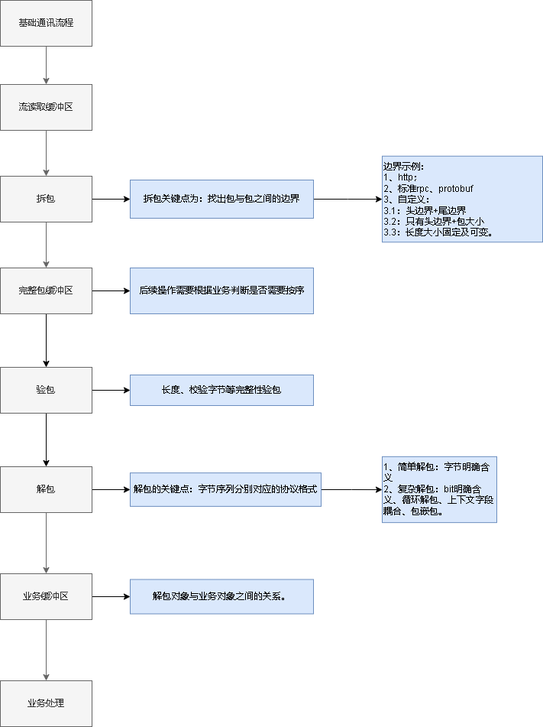
This is cgo8_通讯设计.drawio.png from xktder/draw, a draw.io export, as it was before one commit. Source tidied: cells renumbered, new cells last; positions are measured from the earlier drawing's top-left corner, leaving out a move shared by most shapes.
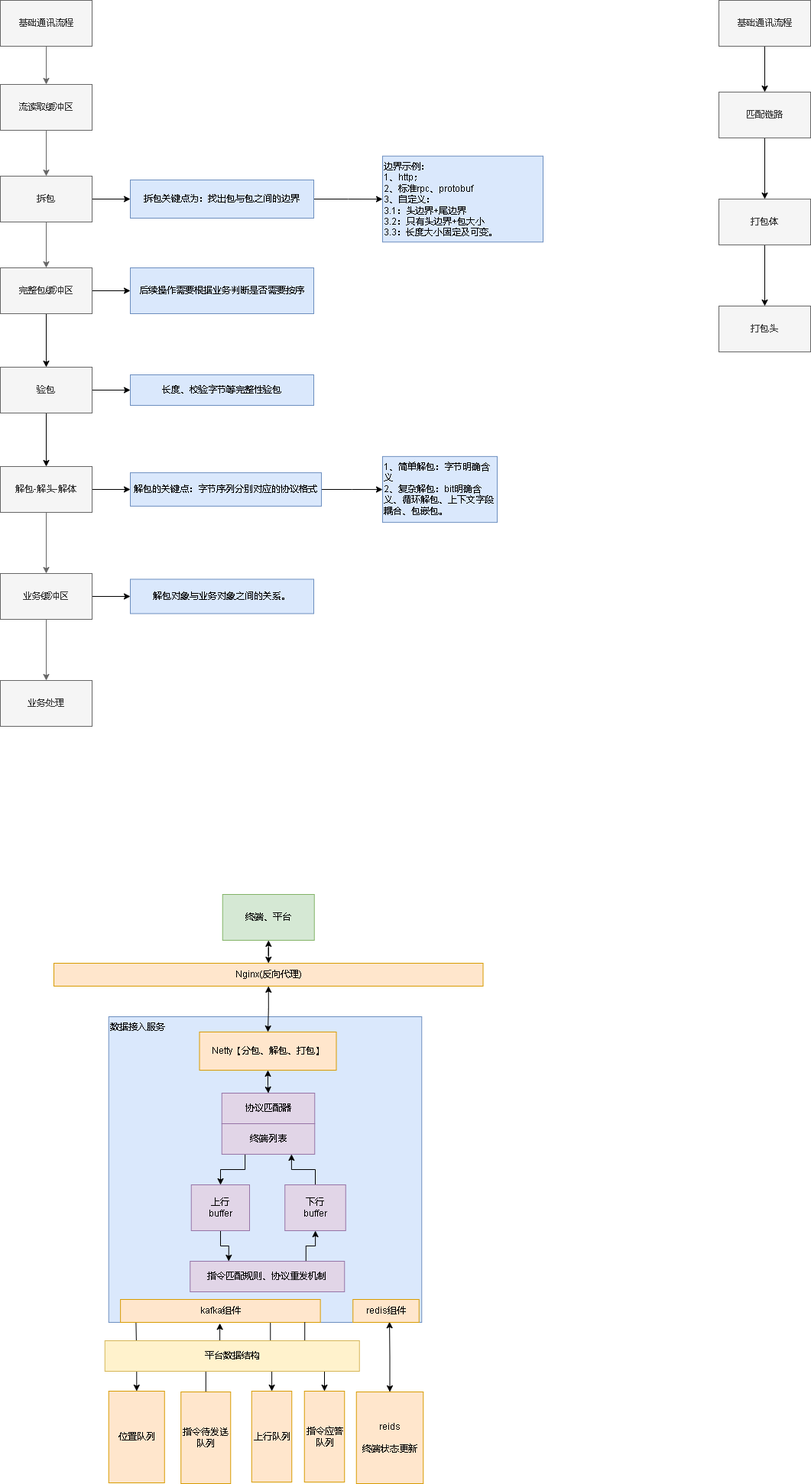
The same file after the commit.

Commit message:
更新cgo8_通讯设计.drawio.png

What changed in the source:
```diff
@@ -38,7 +38,7 @@
     <mxCell id="13" style="edgeStyle=orthogonalEdgeStyle;rounded=0;jettySize=auto;html=1;" parent="1" edge="1" source="14" target="22">
       <mxGeometry relative="1" as="geometry" />
     </mxCell>
-    <mxCell id="14" value="解包" style="whiteSpace=wrap;html=1;rounded=0;fillColor=#f5f5f5;fontColor=#333333;strokeColor=#666666;" parent="1" vertex="1">
+    <mxCell id="14" value="解包-解头-解体" style="whiteSpace=wrap;html=1;rounded=0;fillColor=#f5f5f5;fontColor=#333333;strokeColor=#666666;" parent="1" vertex="1">
       <mxGeometry y="610" width="120" height="60" as="geometry" />
     </mxCell>
     <mxCell id="15" style="edgeStyle=orthogonalEdgeStyle;rounded=0;jettySize=auto;html=1;" parent="1" edge="1" source="16" target="23">
@@ -89,5 +89,113 @@
     <mxCell id="30" value="后续操作需要根据业务判断是否需要按序" style="whiteSpace=wrap;html=1;rounded=0;fillColor=#dae8fc;strokeColor=#6c8ebf;" parent="1" vertex="1">
       <mxGeometry x="170" y="350" width="240" height="60" as="geometry" />
     </mxCell>
+    <mxCell id="31" value="数据接入服务" style="rounded=0;whiteSpace=wrap;html=1;verticalAlign=top;align=left;fillColor=#dae8fc;strokeColor=#6c8ebf;" parent="1" vertex="1">
+      <mxGeometry x="141.8" y="1330" width="409.5" height="400" as="geometry" />
+    </mxCell>
+    <mxCell id="32" style="edgeStyle=orthogonalEdgeStyle;rounded=0;jettySize=auto;html=1;entryX=0.5;entryY=0;entryDx=0;entryDy=0;startArrow=classic;startFill=1;" parent="1" edge="1" source="33" target="35">
+      <mxGeometry relative="1" as="geometry" />
+    </mxCell>
+    <mxCell id="33" value="终端、平台" style="rounded=0;whiteSpace=wrap;html=1;fillColor=#d5e8d4;strokeColor=#82b366;" parent="1" vertex="1">
+      <mxGeometry x="290.8" y="1170" width="120" height="60" as="geometry" />
+    </mxCell>
+    <mxCell id="34" style="edgeStyle=orthogonalEdgeStyle;rounded=0;jettySize=auto;html=1;exitX=0.5;exitY=1;exitDx=0;exitDy=0;entryX=0.5;entryY=0;entryDx=0;entryDy=0;startArrow=classic;startFill=1;" parent="1" edge="1" source="35" target="37">
+      <mxGeometry relative="1" as="geometry" />
+    </mxCell>
+    <mxCell id="35" value="Nginx(反向代理)" style="rounded=0;whiteSpace=wrap;html=1;fillColor=#ffe6cc;strokeColor=#d79b00;" parent="1" vertex="1">
+      <mxGeometry x="70" y="1260" width="561.5" height="30" as="geometry" />
+    </mxCell>
+    <mxCell id="36" style="edgeStyle=orthogonalEdgeStyle;rounded=0;jettySize=auto;html=1;startArrow=classic;startFill=1;" parent="1" edge="1" source="37" target="39">
+      <mxGeometry relative="1" as="geometry" />
+    </mxCell>
+    <mxCell id="37" value="Netty【分包、解包、打包】" style="rounded=0;whiteSpace=wrap;html=1;fillColor=#ffe6cc;strokeColor=#d79b00;" parent="1" vertex="1">
+      <mxGeometry x="260.5" y="1350" width="179" height="50" as="geometry" />
+    </mxCell>
+    <mxCell id="38" style="edgeStyle=orthogonalEdgeStyle;rounded=0;jettySize=auto;html=1;startArrow=none;startFill=0;exitX=0.25;exitY=1;exitDx=0;exitDy=0;" parent="1" edge="1" source="46" target="41">
+      <mxGeometry relative="1" as="geometry" />
+    </mxCell>
+    <mxCell id="39" value="协议匹配器" style="whiteSpace=wrap;html=1;rounded=0;fillColor=#e1d5e7;strokeColor=#9673a6;" parent="1" vertex="1">
+      <mxGeometry x="289.8" y="1430" width="121.5" height="40" as="geometry" />
+    </mxCell>
+    <mxCell id="40" style="edgeStyle=orthogonalEdgeStyle;rounded=0;jettySize=auto;html=1;entryX=0.25;entryY=0;entryDx=0;entryDy=0;startArrow=none;startFill=0;endArrow=classic;endFill=1;" parent="1" edge="1" source="41" target="45">
+      <mxGeometry relative="1" as="geometry" />
+    </mxCell>
+    <mxCell id="41" value="上行&lt;br&gt;buffer" style="whiteSpace=wrap;html=1;rounded=0;fillColor=#e1d5e7;strokeColor=#9673a6;" parent="1" vertex="1">
+      <mxGeometry x="249.8" y="1550" width="76.2" height="60" as="geometry" />
+    </mxCell>
+    <mxCell id="42" style="edgeStyle=orthogonalEdgeStyle;rounded=0;jettySize=auto;html=1;exitX=0.5;exitY=0;exitDx=0;exitDy=0;entryX=0.75;entryY=1;entryDx=0;entryDy=0;startArrow=none;startFill=0;" parent="1" edge="1" source="44" target="46">
+      <mxGeometry relative="1" as="geometry" />
+    </mxCell>
+    <mxCell id="43" style="edgeStyle=orthogonalEdgeStyle;rounded=0;jettySize=auto;html=1;entryX=0.75;entryY=0;entryDx=0;entryDy=0;startArrow=classic;startFill=1;endArrow=none;endFill=0;" parent="1" edge="1" source="44" target="45">
+      <mxGeometry relative="1" as="geometry" />
+    </mxCell>
+    <mxCell id="44" value="下行&lt;br&gt;buffer" style="whiteSpace=wrap;html=1;rounded=0;fillColor=#e1d5e7;strokeColor=#9673a6;" parent="1" vertex="1">
+      <mxGeometry x="372.2" y="1550" width="79.5" height="60" as="geometry" />
+    </mxCell>
+    <mxCell id="45" value="指令匹配规则、协议重发机制" style="rounded=0;whiteSpace=wrap;html=1;fillColor=#e1d5e7;strokeColor=#9673a6;" parent="1" vertex="1">
+      <mxGeometry x="248.2" y="1650" width="202" height="40" as="geometry" />
+    </mxCell>
+    <mxCell id="46" value="终端列表" style="whiteSpace=wrap;html=1;rounded=0;fillColor=#e1d5e7;strokeColor=#9673a6;" parent="1" vertex="1">
+      <mxGeometry x="289.8" y="1470" width="121.5" height="40" as="geometry" />
+    </mxCell>
+    <mxCell id="47" style="edgeStyle=orthogonalEdgeStyle;rounded=0;jettySize=auto;html=1;entryX=0.087;entryY=0.998;entryDx=0;entryDy=0;entryPerimeter=0;startArrow=classic;startFill=1;endArrow=none;endFill=0;" parent="1" edge="1" source="48" target="31">
+      <mxGeometry relative="1" as="geometry" />
+    </mxCell>
+    <mxCell id="48" value="位置队列" style="rounded=0;whiteSpace=wrap;html=1;fillColor=#ffe6cc;strokeColor=#d79b00;" parent="1" vertex="1">
+      <mxGeometry x="141.8" y="1820" width="73" height="120" as="geometry" />
+    </mxCell>
+    <mxCell id="49" style="edgeStyle=orthogonalEdgeStyle;rounded=0;jettySize=auto;html=1;entryX=0.355;entryY=1.003;entryDx=0;entryDy=0;entryPerimeter=0;startArrow=none;startFill=0;endArrow=classic;endFill=1;" parent="1" edge="1" source="50" target="31">
+      <mxGeometry relative="1" as="geometry" />
+    </mxCell>
+    <mxCell id="50" value="指令待发送队列" style="rounded=0;whiteSpace=wrap;html=1;fillColor=#ffe6cc;strokeColor=#d79b00;" parent="1" vertex="1">
+      <mxGeometry x="236.2" y="1821" width="65" height="120" as="geometry" />
+    </mxCell>
+    <mxCell id="51" style="edgeStyle=orthogonalEdgeStyle;rounded=0;jettySize=auto;html=1;entryX=0.75;entryY=1;entryDx=0;entryDy=0;startArrow=classic;startFill=1;endArrow=none;endFill=0;" parent="1" edge="1" source="52" target="55">
+      <mxGeometry relative="1" as="geometry" />
+    </mxCell>
+    <mxCell id="52" value="上行队列" style="rounded=0;whiteSpace=wrap;html=1;fillColor=#ffe6cc;strokeColor=#d79b00;" parent="1" vertex="1">
+      <mxGeometry x="328.8" y="1820" width="52.5" height="119" as="geometry" />
+    </mxCell>
+    <mxCell id="53" style="edgeStyle=orthogonalEdgeStyle;rounded=0;jettySize=auto;html=1;exitX=0.5;exitY=0;exitDx=0;exitDy=0;entryX=0.897;entryY=0.998;entryDx=0;entryDy=0;entryPerimeter=0;startArrow=classic;startFill=1;endArrow=classic;endFill=1;" parent="1" edge="1" source="54" target="31">
+      <mxGeometry relative="1" as="geometry" />
+    </mxCell>
+    <mxCell id="54" value="reids&lt;br&gt;&lt;br&gt;终端状态更新" style="rounded=0;whiteSpace=wrap;html=1;fillColor=#ffe6cc;strokeColor=#d79b00;" parent="1" vertex="1">
+      <mxGeometry x="465.8" y="1821" width="87.5" height="120" as="geometry" />
+    </mxCell>
+    <mxCell id="55" value="kafka组件" style="rounded=0;whiteSpace=wrap;html=1;fillColor=#ffe6cc;strokeColor=#d79b00;" parent="1" vertex="1">
+      <mxGeometry x="157.1" y="1700" width="261.5" height="30" as="geometry" />
+    </mxCell>
+    <mxCell id="56" value="redis组件" style="rounded=0;whiteSpace=wrap;html=1;fillColor=#ffe6cc;strokeColor=#d79b00;" parent="1" vertex="1">
+      <mxGeometry x="461.2" y="1700" width="86.5" height="30" as="geometry" />
+    </mxCell>
+    <mxCell id="57" style="edgeStyle=orthogonalEdgeStyle;rounded=0;jettySize=auto;html=1;exitX=0.5;exitY=0;exitDx=0;exitDy=0;entryX=0.922;entryY=0.995;entryDx=0;entryDy=0;entryPerimeter=0;startArrow=classic;startFill=1;endArrow=none;endFill=0;" parent="1" edge="1" source="58" target="55">
+      <mxGeometry relative="1" as="geometry" />
+    </mxCell>
+    <mxCell id="58" value="指令应答队列" style="rounded=0;whiteSpace=wrap;html=1;fillColor=#ffe6cc;strokeColor=#d79b00;" parent="1" vertex="1">
+      <mxGeometry x="397.8" y="1820" width="52.5" height="119" as="geometry" />
+    </mxCell>
+    <mxCell id="59" value="平台数据结构" style="rounded=0;whiteSpace=wrap;html=1;fillColor=#fff2cc;strokeColor=#d6b656;" parent="1" vertex="1">
+      <mxGeometry x="136.8" y="1754" width="333" height="40" as="geometry" />
+    </mxCell>
+    <mxCell id="60" style="edgeStyle=orthogonalEdgeStyle;rounded=0;jettySize=auto;html=1;" parent="1" edge="1" source="61" target="63">
+      <mxGeometry relative="1" as="geometry" />
+    </mxCell>
+    <mxCell id="61" value="基础通讯流程" style="rounded=0;whiteSpace=wrap;html=1;fillColor=#f5f5f5;fontColor=#333333;strokeColor=#666666;" parent="1" vertex="1">
+      <mxGeometry x="940" width="120" height="60" as="geometry" />
+    </mxCell>
+    <mxCell id="62" style="edgeStyle=orthogonalEdgeStyle;rounded=0;jettySize=auto;html=1;" parent="1" edge="1" source="63" target="65">
+      <mxGeometry relative="1" as="geometry" />
+    </mxCell>
+    <mxCell id="63" value="匹配链路" style="whiteSpace=wrap;html=1;fillColor=#f5f5f5;strokeColor=#666666;fontColor=#333333;rounded=0;" parent="1" vertex="1">
+      <mxGeometry x="940" y="120" width="120" height="60" as="geometry" />
+    </mxCell>
+    <mxCell id="64" style="edgeStyle=orthogonalEdgeStyle;rounded=0;jettySize=auto;html=1;" parent="1" edge="1" source="65" target="66">
+      <mxGeometry relative="1" as="geometry" />
+    </mxCell>
+    <mxCell id="65" value="打包体" style="whiteSpace=wrap;html=1;fillColor=#f5f5f5;strokeColor=#666666;fontColor=#333333;rounded=0;" parent="1" vertex="1">
+      <mxGeometry x="940" y="260" width="120" height="60" as="geometry" />
+    </mxCell>
+    <mxCell id="66" value="打包头" style="whiteSpace=wrap;html=1;fillColor=#f5f5f5;strokeColor=#666666;fontColor=#333333;rounded=0;" parent="1" vertex="1">
+      <mxGeometry x="940" y="400" width="120" height="60" as="geometry" />
+    </mxCell>
   </root>
 </mxGraphModel>
```
